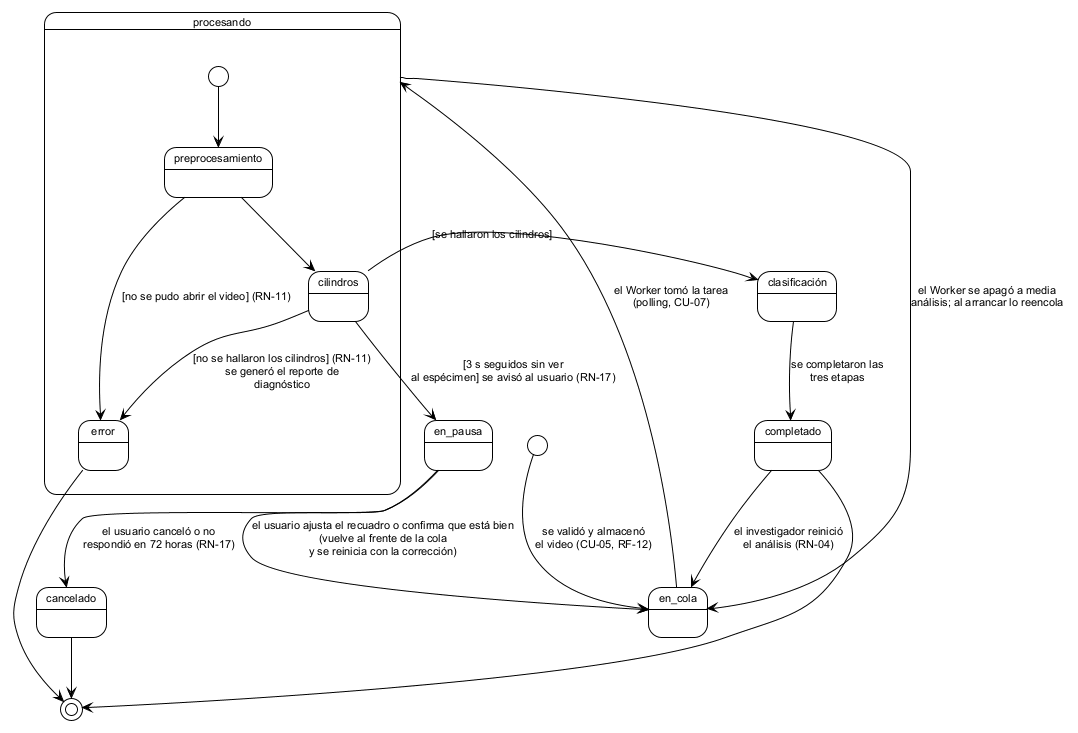
Above: figures/diagramas/estados_analisis.png in ErickJester/fst-ai-system-latex (PlantUML), before the change. The source it was exported from:
```plantuml
@startuml estados_analisis
!theme plain
skinparam defaultFontName Arial
skinparam defaultFontSize 11
skinparam shadowing false

state "clasificación" as clasificacion

[*] --> en_cola : se validó y almacenó\nel video (CU-05, RF-12)

state procesando {
  [*] --> preprocesamiento
  preprocesamiento --> cilindros
  preprocesamiento --> error : [no se pudo abrir el video] (RN-11)
  cilindros --> clasificacion : [se hallaron los cilindros]
}

en_cola --> procesando : el Worker tomó la tarea\n(polling, CU-07)
cilindros --> error : [no se hallaron los cilindros] (RN-11)\nse generó el reporte de\ndiagnóstico
clasificacion --> completado : se completaron las\ntres etapas
cilindros --> en_pausa : [3 s seguidos sin ver\nal espécimen] se avisó al usuario (RN-17)
en_pausa --> en_cola : el usuario ajusta el recuadro o confirma que está bien\n(vuelve al frente de la cola\ny se reinicia con la corrección)
en_pausa --> cancelado : el usuario canceló o no\nrespondió en 72 horas (RN-17)
procesando --> en_cola : el Worker se apagó a media\nanálisis; al arrancar lo reencola
completado --> en_cola : el investigador reinició\nel análisis (RN-04)

completado --> [*]
error --> [*]
cancelado --> [*]

@enduml
```
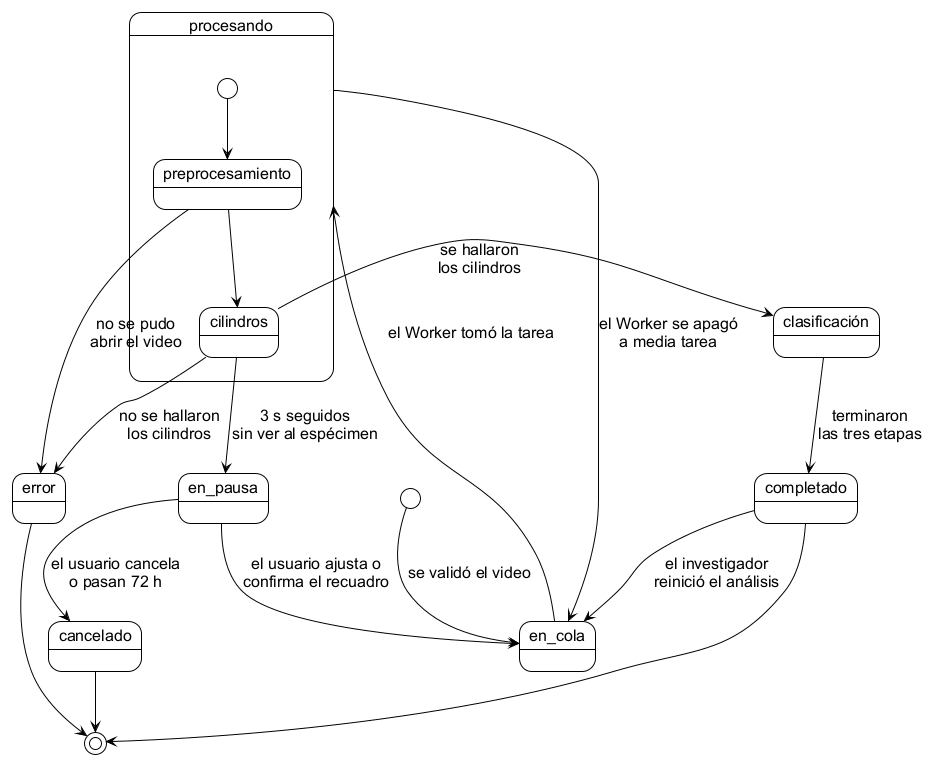
Above is the later version.

The edit, as a diff of the source:
```diff
@@ -1,28 +1,26 @@
 @startuml estados_analisis
-!theme plain
-skinparam defaultFontName Arial
-skinparam defaultFontSize 11
-skinparam shadowing false
+!include estilo_doc.iuml
+top to bottom direction
 
 state "clasificación" as clasificacion
 
-[*] --> en_cola : se validó y almacenó\nel video (CU-05, RF-12)
+[*] --> en_cola : se validó el video
 
 state procesando {
   [*] --> preprocesamiento
   preprocesamiento --> cilindros
-  preprocesamiento --> error : [no se pudo abrir el video] (RN-11)
-  cilindros --> clasificacion : [se hallaron los cilindros]
+  cilindros --> clasificacion : se hallaron\nlos cilindros
 }
 
-en_cola --> procesando : el Worker tomó la tarea\n(polling, CU-07)
-cilindros --> error : [no se hallaron los cilindros] (RN-11)\nse generó el reporte de\ndiagnóstico
-clasificacion --> completado : se completaron las\ntres etapas
-cilindros --> en_pausa : [3 s seguidos sin ver\nal espécimen] se avisó al usuario (RN-17)
-en_pausa --> en_cola : el usuario ajusta el recuadro o confirma que está bien\n(vuelve al frente de la cola\ny se reinicia con la corrección)
-en_pausa --> cancelado : el usuario canceló o no\nrespondió en 72 horas (RN-17)
-procesando --> en_cola : el Worker se apagó a media\nanálisis; al arrancar lo reencola
-completado --> en_cola : el investigador reinició\nel análisis (RN-04)
+en_cola --> procesando : el Worker tomó la tarea
+preprocesamiento --> error : no se pudo\nabrir el video
+cilindros --> error : no se hallaron\nlos cilindros
+cilindros --> en_pausa : 3 s seguidos\nsin ver al espécimen
+clasificacion --> completado : terminaron\nlas tres etapas
+en_pausa --> en_cola : el usuario ajusta o\nconfirma el recuadro
+en_pausa --> cancelado : el usuario cancela\no pasan 72 h
+procesando --> en_cola : el Worker se apagó\na media tarea
+completado --> en_cola : el investigador\nreinició el análisis
 
 completado --> [*]
 error --> [*]
```
